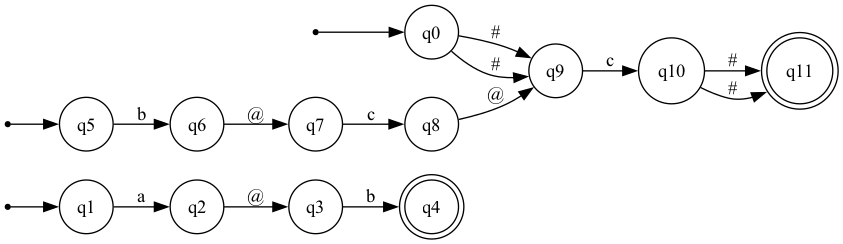
This is files/nfa.png from grvaldes/Compilateur_C, a Graphviz export, as it was before one commit. Its source is kept beside it as files/nfa.dot.
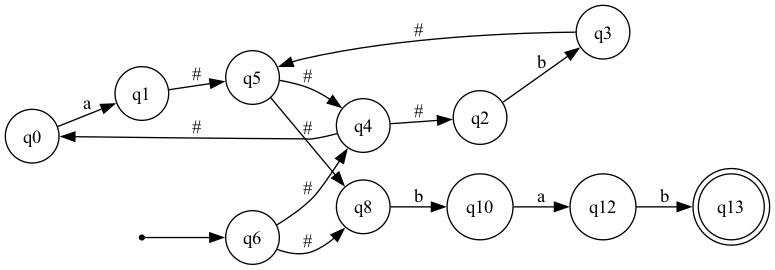
After the change.

Change to the diagram source:
```diff
@@ -1,34 +1,30 @@
 digraph NFA {
   rankdir=LR;
   node [shape=circle];
+  q0;
   q1;
   q2;
   q3;
-  q4 [shape=doublecircle];
+  q4;
   q5;
   q6;
-  q7;
   q8;
-  q9;
   q10;
-  q0;
-  q11 [shape=doublecircle];
-  start_q1 [shape=point];
-  start_q1 -> q1;
-  start_q5 [shape=point];
-  start_q5 -> q5;
-  start_q0 [shape=point];
-  start_q0 -> q0;
-  q1 -> q2 [label="a"];
-  q3 -> q4 [label="b"];
-  q2 -> q3 [label="@"];
-  q5 -> q6 [label="b"];
-  q7 -> q8 [label="c"];
-  q6 -> q7 [label="@"];
-  q9 -> q10 [label="c"];
-  q8 -> q9 [label="@"];
-  q0 -> q9 [label="#"];
-  q0 -> q9 [label="#"];
-  q10 -> q11 [label="#"];
-  q10 -> q11 [label="#"];
+  q12;
+  q13 [shape=doublecircle];
+  start_q6 [shape=point];
+  start_q6 -> q6;
+  q0 -> q1 [label="a"];
+  q2 -> q3 [label="b"];
+  q4 -> q0 [label="#"];
+  q4 -> q2 [label="#"];
+  q1 -> q5 [label="#"];
+  q3 -> q5 [label="#"];
+  q6 -> q4 [label="#"];
+  q6 -> q8 [label="#"];
+  q5 -> q4 [label="#"];
+  q5 -> q8 [label="#"];
+  q8 -> q10 [label="b"];
+  q10 -> q12 [label="a"];
+  q12 -> q13 [label="b"];
 }
```
